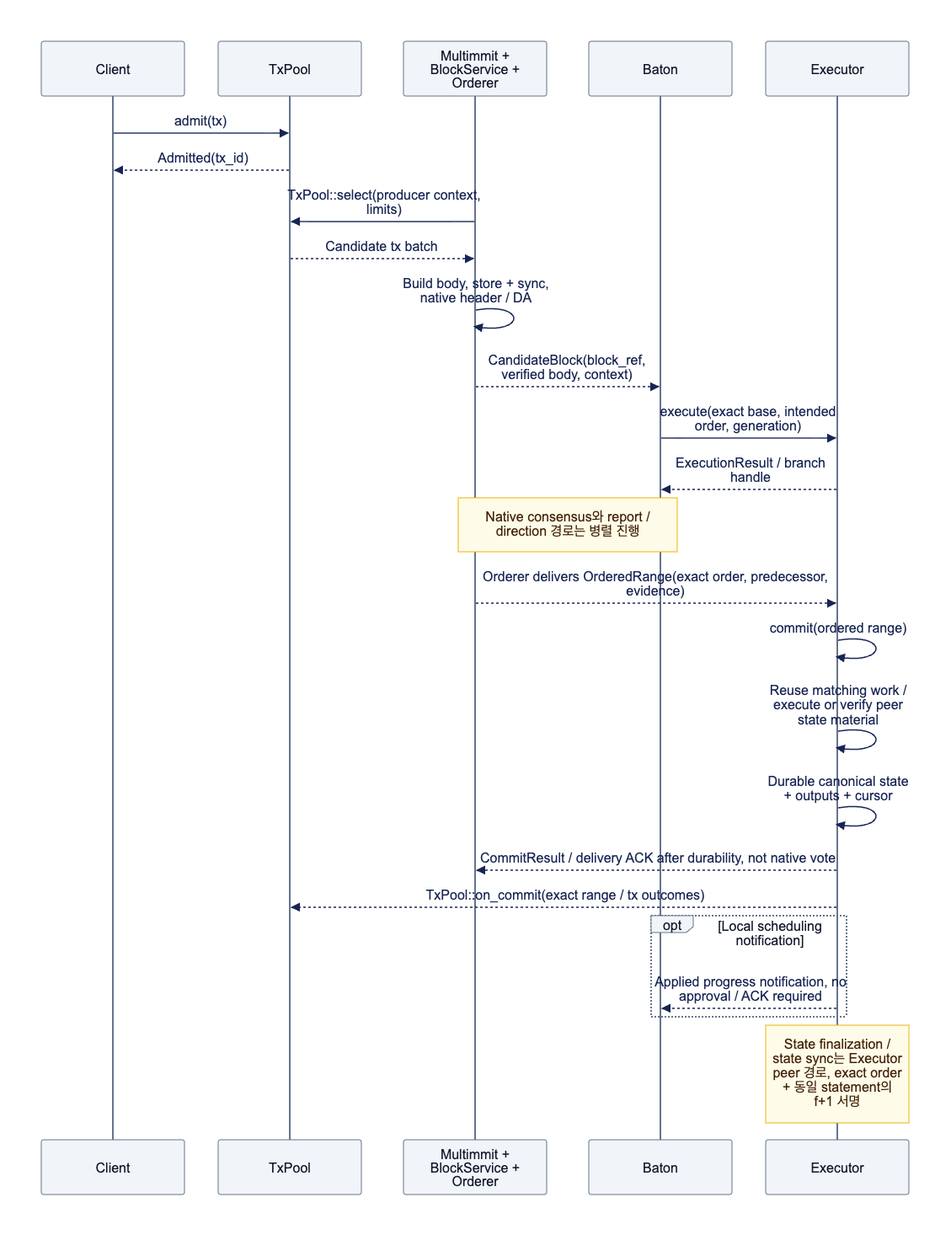
This is docs/assets/diagrams/diagram-02.png from djm07073/baton-research, a Mermaid export, as it was before one commit. Its source is kept beside it as docs/assets/diagrams/diagram-02.mmd.
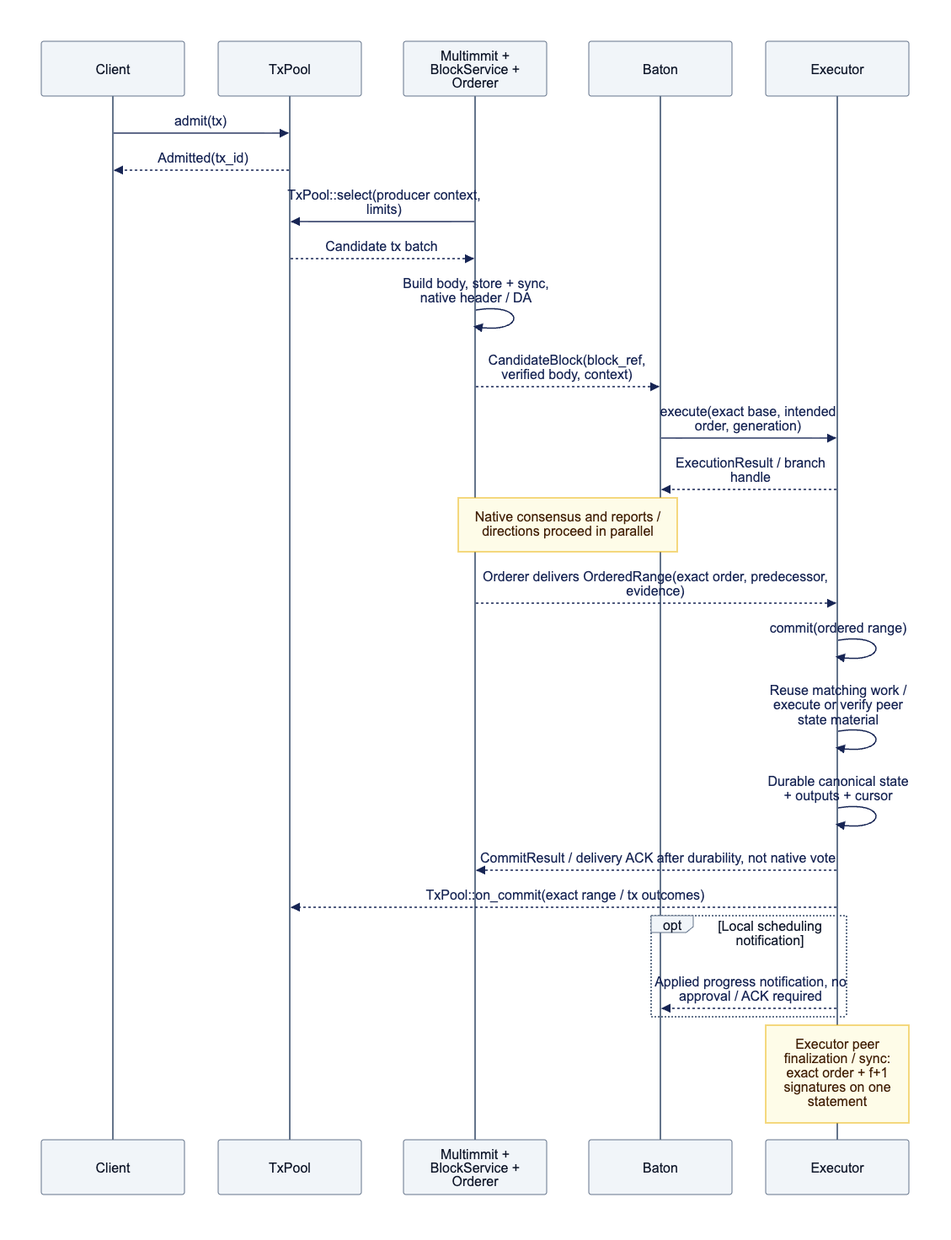
Above is the later version.

What changed in the source:
```diff
@@ -12,7 +12,7 @@
     N-->>B: CandidateBlock(block_ref, verified body, context)
     B->>E: execute(exact base, intended order, generation)
     E-->>B: ExecutionResult / branch handle
-    Note over N,B: Native consensus와 report / direction 경로는 병렬 진행
+    Note over N,B: Native consensus and reports / directions proceed in parallel
     N-->>E: Orderer delivers OrderedRange(exact order, predecessor, evidence)
     E->>E: commit(ordered range)
     E->>E: Reuse matching work / execute or verify peer state material
@@ -22,4 +22,4 @@
     opt Local scheduling notification
         E-->>B: Applied progress notification, no approval / ACK required
     end
-    Note over E: State finalization / state sync는 Executor peer 경로, exact order + 동일 statement의 f+1 서명
+    Note over E: Executor peer finalization / sync: exact order + f+1 signatures on one statement
```
